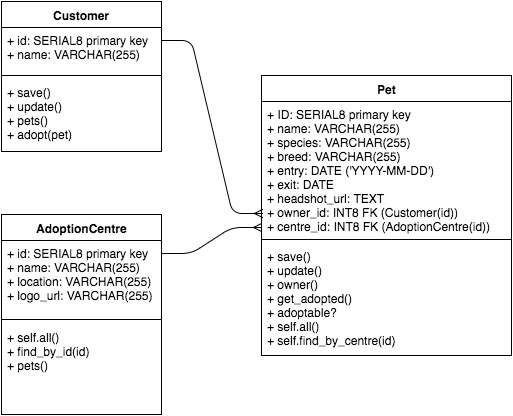
chrisbacon/animalshelter keeps this draw.io diagram as planning/class-diagram.png. Above is the earlier version. Source tidied: cells renumbered, new cells last; positions are measured from the earlier drawing's top-left corner, leaving out a move shared by most shapes. Its diagram source:
```xml
<mxGraphModel background="#ffffff">
  <root>
    <mxCell id="0" />
    <mxCell id="1" parent="0" />
    <mxCell id="2" value="Pet" style="swimlane;html=1;fontStyle=1;align=center;verticalAlign=top;horizontal=1;startSize=26;swimlaneFillColor=#ffffff;" parent="1" vertex="1">
      <mxGeometry x="260" y="74" width="250" height="280" as="geometry" />
    </mxCell>
    <mxCell id="3" value="+ ID: SERIAL8 primary key&lt;div&gt;+ name: VARCHAR(255)&lt;/div&gt;&lt;div&gt;+ species: VARCHAR(255)&lt;/div&gt;&lt;div&gt;+ breed: VARCHAR(255)&lt;/div&gt;&lt;div&gt;+ entry: DATE ('YYYY-MM-DD')&lt;/div&gt;&lt;div&gt;+ exit: DATE&lt;/div&gt;&lt;div&gt;+ headshot_url: TEXT&lt;/div&gt;&lt;div&gt;&lt;div&gt;+ owner_id: INT8 FK (Customer(id))&lt;/div&gt;&lt;div&gt;+ centre_id: INT8 FK (AdoptionCentre(id))&lt;/div&gt;&lt;/div&gt;&lt;div&gt;&lt;br&gt;&lt;/div&gt;" style="text;html=1;strokeColor=none;fillColor=none;align=left;verticalAlign=top;spacingLeft=4;spacingRight=4;whiteSpace=wrap;overflow=hidden;points=[[0,0.5],[1,0.5]];portConstraint=eastwest;" parent="2" vertex="1">
      <mxGeometry y="26" width="250" height="134" as="geometry" />
    </mxCell>
    <mxCell id="4" style="line;html=1;strokeWidth=1;fillColor=none;align=left;verticalAlign=middle;spacingTop=-1;spacingLeft=3;spacingRight=3;labelPosition=right;" parent="2" vertex="1">
      <mxGeometry y="160" width="250" height="8" as="geometry" />
    </mxCell>
    <mxCell id="5" value="+ save()&lt;div&gt;+ update()&lt;/div&gt;&lt;div&gt;+ owner()&lt;/div&gt;&lt;div&gt;+ get_adopted()&lt;br&gt;&lt;div&gt;+ adoptable?&lt;/div&gt;&lt;/div&gt;&lt;div&gt;+ self.all()&lt;/div&gt;&lt;div&gt;+ self.find_by_centre(id)&lt;/div&gt;&lt;div&gt;&lt;br&gt;&lt;/div&gt;" style="text;html=1;strokeColor=none;fillColor=none;align=left;verticalAlign=top;spacingLeft=4;spacingRight=4;whiteSpace=wrap;overflow=hidden;" parent="2" vertex="1">
      <mxGeometry y="168" width="250" height="112" as="geometry" />
    </mxCell>
    <mxCell id="6" value="Customer" style="swimlane;html=1;fontStyle=1;align=center;verticalAlign=top;horizontal=1;startSize=26;swimlaneFillColor=#ffffff;" parent="1" vertex="1">
      <mxGeometry width="160" height="150" as="geometry" />
    </mxCell>
    <mxCell id="7" value="+ id: SERIAL8 primary key&lt;div&gt;+ name: VARCHAR(255)&lt;/div&gt;" style="text;html=1;strokeColor=none;fillColor=none;align=left;verticalAlign=top;spacingLeft=4;spacingRight=4;whiteSpace=wrap;overflow=hidden;" parent="6" vertex="1">
      <mxGeometry y="26" width="160" height="44" as="geometry" />
    </mxCell>
    <mxCell id="8" style="line;html=1;strokeWidth=1;fillColor=none;align=left;verticalAlign=middle;spacingTop=-1;spacingLeft=3;spacingRight=3;labelPosition=right;" parent="6" vertex="1">
      <mxGeometry y="70" width="160" height="8" as="geometry" />
    </mxCell>
    <mxCell id="9" value="+ save()&lt;div&gt;+ update()&lt;/div&gt;&lt;div&gt;+ pets()&lt;/div&gt;&lt;div&gt;+ adopt(pet)&lt;/div&gt;" style="text;html=1;strokeColor=none;fillColor=none;align=left;verticalAlign=top;spacingLeft=4;spacingRight=4;whiteSpace=wrap;overflow=hidden;" parent="6" vertex="1">
      <mxGeometry y="78" width="160" height="72" as="geometry" />
    </mxCell>
    <mxCell id="10" value="AdoptionCentre" style="swimlane;html=1;fontStyle=1;align=center;verticalAlign=top;horizontal=1;startSize=26;swimlaneFillColor=#ffffff;" parent="1" vertex="1">
      <mxGeometry y="213" width="160" height="200" as="geometry" />
    </mxCell>
    <mxCell id="11" value="+ id: SERIAL8 primary key&lt;div&gt;+ name: VARCHAR(255)&lt;/div&gt;&lt;div&gt;+ location: VARCHAR(255)&lt;/div&gt;&lt;div&gt;+ logo_url: VARCHAR(255)&lt;/div&gt;" style="text;html=1;strokeColor=none;fillColor=none;align=left;verticalAlign=top;spacingLeft=4;spacingRight=4;whiteSpace=wrap;overflow=hidden;" parent="10" vertex="1">
      <mxGeometry y="26" width="160" height="74" as="geometry" />
    </mxCell>
    <mxCell id="12" style="line;html=1;strokeWidth=1;fillColor=none;align=left;verticalAlign=middle;spacingTop=-1;spacingLeft=3;spacingRight=3;labelPosition=right;" parent="10" vertex="1">
      <mxGeometry y="100" width="160" height="10" as="geometry" />
    </mxCell>
    <mxCell id="13" value="+ self.all()&lt;div&gt;+ find_by_id(id)&lt;/div&gt;&lt;div&gt;+ pets()&lt;/div&gt;" style="text;html=1;strokeColor=none;fillColor=none;align=left;verticalAlign=top;spacingLeft=4;spacingRight=4;whiteSpace=wrap;overflow=hidden;" parent="10" vertex="1">
      <mxGeometry y="110" width="160" height="74" as="geometry" />
    </mxCell>
    <mxCell id="14" style="edgeStyle=entityRelationEdgeStyle;html=1;endArrow=ERmany;entryX=0;entryY=0.94;entryPerimeter=0;" parent="1" edge="1" target="3">
      <mxGeometry relative="1" as="geometry">
        <mxPoint x="160" y="252" as="sourcePoint" />
      </mxGeometry>
    </mxCell>
    <mxCell id="15" style="edgeStyle=entityRelationEdgeStyle;html=1;endArrow=ERmany;entryX=0.004;entryY=0.836;entryPerimeter=0;" parent="1" edge="1" target="3">
      <mxGeometry relative="1" as="geometry">
        <mxPoint x="160" y="39" as="sourcePoint" />
      </mxGeometry>
    </mxCell>
  </root>
</mxGraphModel>
```
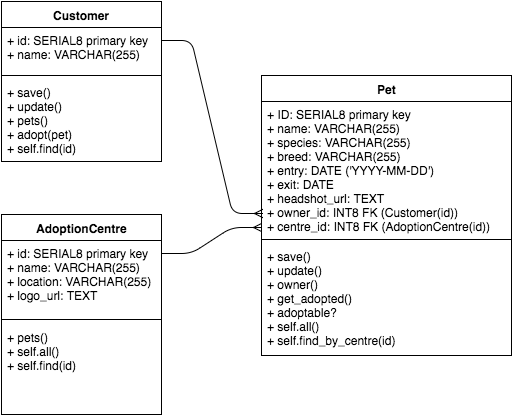
The same diagram one commit later.

Commit message:
new class diagram:

What changed in the source:
```diff
@@ -15,7 +15,7 @@
       <mxGeometry y="168" width="250" height="112" as="geometry" />
     </mxCell>
     <mxCell id="6" value="Customer" style="swimlane;html=1;fontStyle=1;align=center;verticalAlign=top;horizontal=1;startSize=26;swimlaneFillColor=#ffffff;" parent="1" vertex="1">
-      <mxGeometry width="160" height="150" as="geometry" />
+      <mxGeometry width="160" height="160" as="geometry" />
     </mxCell>
     <mxCell id="7" value="+ id: SERIAL8 primary key&lt;div&gt;+ name: VARCHAR(255)&lt;/div&gt;" style="text;html=1;strokeColor=none;fillColor=none;align=left;verticalAlign=top;spacingLeft=4;spacingRight=4;whiteSpace=wrap;overflow=hidden;" parent="6" vertex="1">
       <mxGeometry y="26" width="160" height="44" as="geometry" />
@@ -23,19 +23,19 @@
     <mxCell id="8" style="line;html=1;strokeWidth=1;fillColor=none;align=left;verticalAlign=middle;spacingTop=-1;spacingLeft=3;spacingRight=3;labelPosition=right;" parent="6" vertex="1">
       <mxGeometry y="70" width="160" height="8" as="geometry" />
     </mxCell>
-    <mxCell id="9" value="+ save()&lt;div&gt;+ update()&lt;/div&gt;&lt;div&gt;+ pets()&lt;/div&gt;&lt;div&gt;+ adopt(pet)&lt;/div&gt;" style="text;html=1;strokeColor=none;fillColor=none;align=left;verticalAlign=top;spacingLeft=4;spacingRight=4;whiteSpace=wrap;overflow=hidden;" parent="6" vertex="1">
-      <mxGeometry y="78" width="160" height="72" as="geometry" />
+    <mxCell id="9" value="+ save()&lt;div&gt;+ update()&lt;/div&gt;&lt;div&gt;+ pets()&lt;/div&gt;&lt;div&gt;+ adopt(pet)&lt;/div&gt;&lt;div&gt;+ self.find(id)&lt;br&gt;&lt;/div&gt;" style="text;html=1;strokeColor=none;fillColor=none;align=left;verticalAlign=top;spacingLeft=4;spacingRight=4;whiteSpace=wrap;overflow=hidden;" parent="6" vertex="1">
+      <mxGeometry y="78" width="160" height="82" as="geometry" />
     </mxCell>
     <mxCell id="10" value="AdoptionCentre" style="swimlane;html=1;fontStyle=1;align=center;verticalAlign=top;horizontal=1;startSize=26;swimlaneFillColor=#ffffff;" parent="1" vertex="1">
       <mxGeometry y="213" width="160" height="200" as="geometry" />
     </mxCell>
-    <mxCell id="11" value="+ id: SERIAL8 primary key&lt;div&gt;+ name: VARCHAR(255)&lt;/div&gt;&lt;div&gt;+ location: VARCHAR(255)&lt;/div&gt;&lt;div&gt;+ logo_url: VARCHAR(255)&lt;/div&gt;" style="text;html=1;strokeColor=none;fillColor=none;align=left;verticalAlign=top;spacingLeft=4;spacingRight=4;whiteSpace=wrap;overflow=hidden;" parent="10" vertex="1">
+    <mxCell id="11" value="+ id: SERIAL8 primary key&lt;div&gt;+ name: VARCHAR(255)&lt;/div&gt;&lt;div&gt;+ location: VARCHAR(255)&lt;/div&gt;&lt;div&gt;+ logo_url: TEXT&lt;/div&gt;" style="text;html=1;strokeColor=none;fillColor=none;align=left;verticalAlign=top;spacingLeft=4;spacingRight=4;whiteSpace=wrap;overflow=hidden;" parent="10" vertex="1">
       <mxGeometry y="26" width="160" height="74" as="geometry" />
     </mxCell>
     <mxCell id="12" style="line;html=1;strokeWidth=1;fillColor=none;align=left;verticalAlign=middle;spacingTop=-1;spacingLeft=3;spacingRight=3;labelPosition=right;" parent="10" vertex="1">
       <mxGeometry y="100" width="160" height="10" as="geometry" />
     </mxCell>
-    <mxCell id="13" value="+ self.all()&lt;div&gt;+ find_by_id(id)&lt;/div&gt;&lt;div&gt;+ pets()&lt;/div&gt;" style="text;html=1;strokeColor=none;fillColor=none;align=left;verticalAlign=top;spacingLeft=4;spacingRight=4;whiteSpace=wrap;overflow=hidden;" parent="10" vertex="1">
+    <mxCell id="13" value="&lt;div&gt;+ pets()&lt;/div&gt;&lt;div&gt;+ self.all()&lt;div&gt;+ self.find(id)&lt;/div&gt;&lt;/div&gt;&lt;div&gt;&lt;br&gt;&lt;/div&gt;" style="text;html=1;strokeColor=none;fillColor=none;align=left;verticalAlign=top;spacingLeft=4;spacingRight=4;whiteSpace=wrap;overflow=hidden;" parent="10" vertex="1">
       <mxGeometry y="110" width="160" height="74" as="geometry" />
     </mxCell>
     <mxCell id="14" style="edgeStyle=entityRelationEdgeStyle;html=1;endArrow=ERmany;entryX=0;entryY=0.94;entryPerimeter=0;" parent="1" edge="1" target="3">
```
